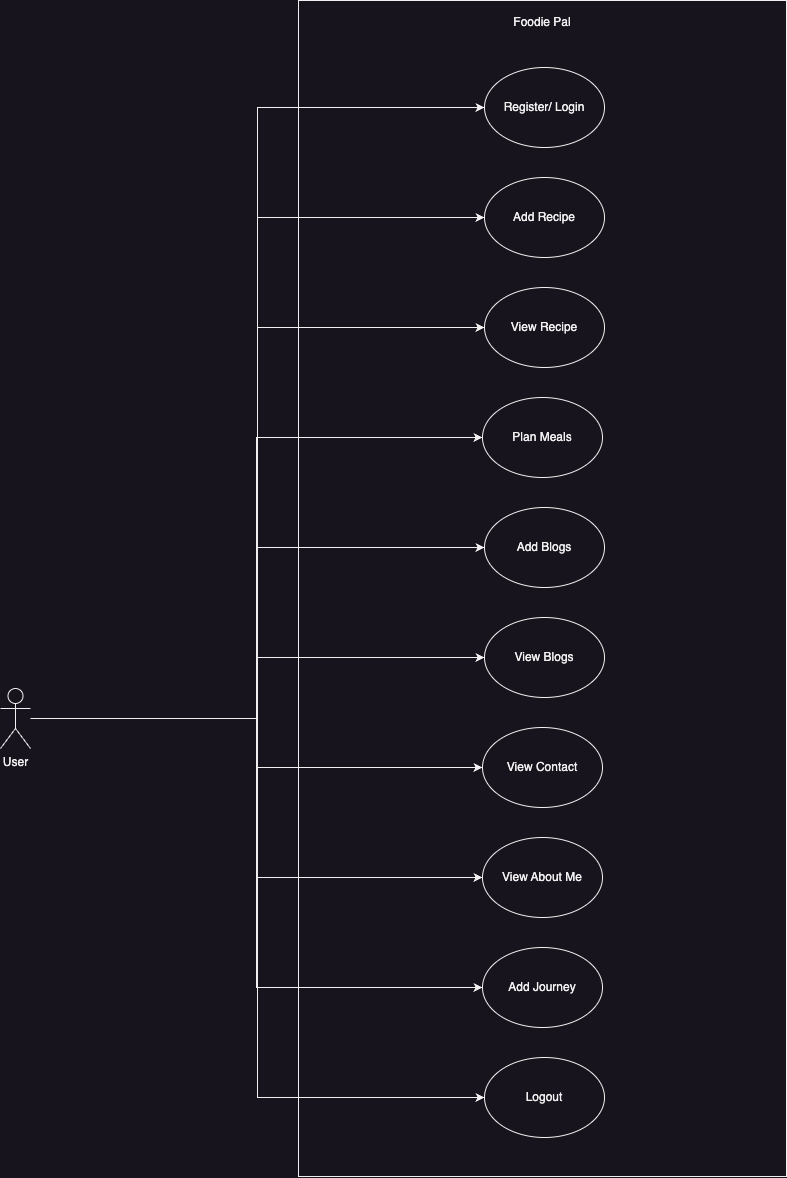
This is assets/use-case-diagram.drawio.png from sanil-shrestha/foodie_pal, a draw.io export, as it was before one commit. Source tidied: cells renumbered, new cells last; positions are measured from the earlier drawing's top-left corner, leaving out a move shared by most shapes. Source of this version:
```xml
<mxGraphModel>
  <root>
    <mxCell id="0" />
    <mxCell id="1" parent="0" />
    <mxCell id="2" style="rounded=0;whiteSpace=wrap;html=1;" parent="1" vertex="1">
      <mxGeometry x="298" width="488" height="1176" as="geometry" />
    </mxCell>
    <mxCell id="3" style="edgeStyle=orthogonalEdgeStyle;rounded=0;jettySize=auto;html=1;entryX=0;entryY=0.5;entryDx=0;entryDy=0;" parent="1" edge="1" source="13" target="15">
      <mxGeometry relative="1" as="geometry" />
    </mxCell>
    <mxCell id="4" style="edgeStyle=orthogonalEdgeStyle;rounded=0;jettySize=auto;html=1;entryX=0;entryY=0.5;entryDx=0;entryDy=0;" parent="1" edge="1" source="13" target="16">
      <mxGeometry relative="1" as="geometry" />
    </mxCell>
    <mxCell id="5" style="edgeStyle=orthogonalEdgeStyle;rounded=0;jettySize=auto;html=1;entryX=0;entryY=0.5;entryDx=0;entryDy=0;" parent="1" edge="1" source="13" target="17">
      <mxGeometry relative="1" as="geometry" />
    </mxCell>
    <mxCell id="6" style="edgeStyle=orthogonalEdgeStyle;rounded=0;jettySize=auto;html=1;entryX=0;entryY=0.5;entryDx=0;entryDy=0;" parent="1" edge="1" source="13" target="18">
      <mxGeometry relative="1" as="geometry" />
    </mxCell>
    <mxCell id="7" style="edgeStyle=orthogonalEdgeStyle;rounded=0;jettySize=auto;html=1;entryX=0;entryY=0.5;entryDx=0;entryDy=0;" parent="1" edge="1" source="13" target="19">
      <mxGeometry relative="1" as="geometry" />
    </mxCell>
    <mxCell id="8" style="edgeStyle=orthogonalEdgeStyle;rounded=0;jettySize=auto;html=1;entryX=0;entryY=0.5;entryDx=0;entryDy=0;" parent="1" edge="1" source="13" target="20">
      <mxGeometry relative="1" as="geometry" />
    </mxCell>
    <mxCell id="9" style="edgeStyle=orthogonalEdgeStyle;rounded=0;jettySize=auto;html=1;entryX=0;entryY=0.5;entryDx=0;entryDy=0;" parent="1" edge="1" source="13" target="21">
      <mxGeometry relative="1" as="geometry" />
    </mxCell>
    <mxCell id="10" style="edgeStyle=orthogonalEdgeStyle;rounded=0;jettySize=auto;html=1;entryX=0;entryY=0.5;entryDx=0;entryDy=0;" parent="1" edge="1" source="13" target="22">
      <mxGeometry relative="1" as="geometry" />
    </mxCell>
    <mxCell id="11" style="edgeStyle=orthogonalEdgeStyle;rounded=0;jettySize=auto;html=1;entryX=0;entryY=0.5;entryDx=0;entryDy=0;" parent="1" edge="1" source="13" target="23">
      <mxGeometry relative="1" as="geometry" />
    </mxCell>
    <mxCell id="12" style="edgeStyle=orthogonalEdgeStyle;rounded=0;jettySize=auto;html=1;entryX=0;entryY=0.5;entryDx=0;entryDy=0;" parent="1" edge="1" source="13" target="24">
      <mxGeometry relative="1" as="geometry" />
    </mxCell>
    <mxCell id="13" value="User" style="shape=umlActor;verticalLabelPosition=bottom;verticalAlign=top;html=1;outlineConnect=0;" parent="1" vertex="1">
      <mxGeometry y="688" width="30" height="60" as="geometry" />
    </mxCell>
    <mxCell id="14" value="Foodie Pal" style="text;html=1;strokeColor=none;fillColor=none;align=center;verticalAlign=middle;whiteSpace=wrap;rounded=0;" parent="1" vertex="1">
      <mxGeometry x="512" y="7" width="60" height="30" as="geometry" />
    </mxCell>
    <mxCell id="15" value="Register/ Login" style="ellipse;whiteSpace=wrap;html=1;" parent="1" vertex="1">
      <mxGeometry x="484" y="67" width="120" height="80" as="geometry" />
    </mxCell>
    <mxCell id="16" value="Add Recipe" style="ellipse;whiteSpace=wrap;html=1;" parent="1" vertex="1">
      <mxGeometry x="484" y="177" width="120" height="80" as="geometry" />
    </mxCell>
    <mxCell id="17" value="View Recipe" style="ellipse;whiteSpace=wrap;html=1;" parent="1" vertex="1">
      <mxGeometry x="484" y="287" width="120" height="80" as="geometry" />
    </mxCell>
    <mxCell id="18" value="Plan Meals" style="ellipse;whiteSpace=wrap;html=1;" parent="1" vertex="1">
      <mxGeometry x="482" y="397" width="120" height="80" as="geometry" />
    </mxCell>
    <mxCell id="19" value="Add Blogs" style="ellipse;whiteSpace=wrap;html=1;" parent="1" vertex="1">
      <mxGeometry x="484" y="507" width="120" height="80" as="geometry" />
    </mxCell>
    <mxCell id="20" value="View Blogs" style="ellipse;whiteSpace=wrap;html=1;" parent="1" vertex="1">
      <mxGeometry x="484" y="617" width="120" height="80" as="geometry" />
    </mxCell>
    <mxCell id="21" value="View Contact" style="ellipse;whiteSpace=wrap;html=1;" parent="1" vertex="1">
      <mxGeometry x="482" y="727" width="120" height="80" as="geometry" />
    </mxCell>
    <mxCell id="22" value="View About Me" style="ellipse;whiteSpace=wrap;html=1;" parent="1" vertex="1">
      <mxGeometry x="482" y="837" width="120" height="80" as="geometry" />
    </mxCell>
    <mxCell id="23" value="Add Journey" style="ellipse;whiteSpace=wrap;html=1;" parent="1" vertex="1">
      <mxGeometry x="482" y="947" width="120" height="80" as="geometry" />
    </mxCell>
    <mxCell id="24" value="Logout" style="ellipse;whiteSpace=wrap;html=1;" parent="1" vertex="1">
      <mxGeometry x="484" y="1057" width="120" height="80" as="geometry" />
    </mxCell>
  </root>
</mxGraphModel>
```
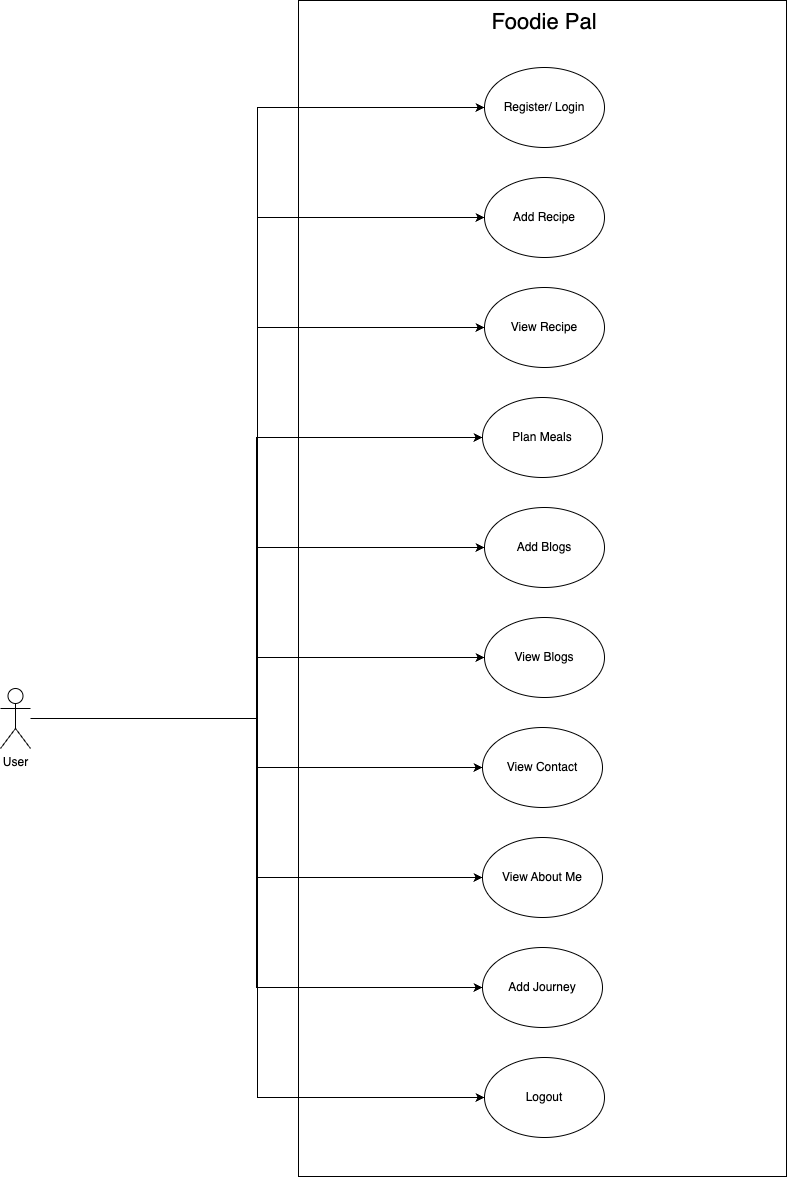
Above is the later version.

Commit message:
feat: Update README.md file with necessary items.

Change to the diagram source:
```diff
@@ -1,74 +1,74 @@
-<mxGraphModel>
+<mxGraphModel background="#ffffff">
   <root>
     <mxCell id="0" />
     <mxCell id="1" parent="0" />
-    <mxCell id="2" style="rounded=0;whiteSpace=wrap;html=1;" parent="1" vertex="1">
+    <mxCell id="2" style="rounded=0;whiteSpace=wrap;html=1;strokeColor=#000000;fontColor=#000000;labelBackgroundColor=none;fillColor=#FFFFFF;" parent="1" vertex="1">
       <mxGeometry x="298" width="488" height="1176" as="geometry" />
     </mxCell>
-    <mxCell id="3" style="edgeStyle=orthogonalEdgeStyle;rounded=0;jettySize=auto;html=1;entryX=0;entryY=0.5;entryDx=0;entryDy=0;" parent="1" edge="1" source="13" target="15">
+    <mxCell id="3" style="edgeStyle=orthogonalEdgeStyle;rounded=0;jettySize=auto;html=1;entryX=0;entryY=0.5;entryDx=0;entryDy=0;strokeColor=#000000;fontColor=#000000;" parent="1" edge="1" source="13" target="15">
       <mxGeometry relative="1" as="geometry" />
     </mxCell>
-    <mxCell id="4" style="edgeStyle=orthogonalEdgeStyle;rounded=0;jettySize=auto;html=1;entryX=0;entryY=0.5;entryDx=0;entryDy=0;" parent="1" edge="1" source="13" target="16">
+    <mxCell id="4" style="edgeStyle=orthogonalEdgeStyle;rounded=0;jettySize=auto;html=1;entryX=0;entryY=0.5;entryDx=0;entryDy=0;strokeColor=#000000;fontColor=#000000;" parent="1" edge="1" source="13" target="16">
       <mxGeometry relative="1" as="geometry" />
     </mxCell>
-    <mxCell id="5" style="edgeStyle=orthogonalEdgeStyle;rounded=0;jettySize=auto;html=1;entryX=0;entryY=0.5;entryDx=0;entryDy=0;" parent="1" edge="1" source="13" target="17">
+    <mxCell id="5" style="edgeStyle=orthogonalEdgeStyle;rounded=0;jettySize=auto;html=1;entryX=0;entryY=0.5;entryDx=0;entryDy=0;strokeColor=#000000;fontColor=#000000;" parent="1" edge="1" source="13" target="17">
       <mxGeometry relative="1" as="geometry" />
     </mxCell>
-    <mxCell id="6" style="edgeStyle=orthogonalEdgeStyle;rounded=0;jettySize=auto;html=1;entryX=0;entryY=0.5;entryDx=0;entryDy=0;" parent="1" edge="1" source="13" target="18">
+    <mxCell id="6" style="edgeStyle=orthogonalEdgeStyle;rounded=0;jettySize=auto;html=1;entryX=0;entryY=0.5;entryDx=0;entryDy=0;strokeColor=#000000;fontColor=#000000;" parent="1" edge="1" source="13" target="18">
       <mxGeometry relative="1" as="geometry" />
     </mxCell>
-    <mxCell id="7" style="edgeStyle=orthogonalEdgeStyle;rounded=0;jettySize=auto;html=1;entryX=0;entryY=0.5;entryDx=0;entryDy=0;" parent="1" edge="1" source="13" target="19">
+    <mxCell id="7" style="edgeStyle=orthogonalEdgeStyle;rounded=0;jettySize=auto;html=1;entryX=0;entryY=0.5;entryDx=0;entryDy=0;strokeColor=#000000;fontColor=#000000;" parent="1" edge="1" source="13" target="19">
       <mxGeometry relative="1" as="geometry" />
     </mxCell>
-    <mxCell id="8" style="edgeStyle=orthogonalEdgeStyle;rounded=0;jettySize=auto;html=1;entryX=0;entryY=0.5;entryDx=0;entryDy=0;" parent="1" edge="1" source="13" target="20">
+    <mxCell id="8" style="edgeStyle=orthogonalEdgeStyle;rounded=0;jettySize=auto;html=1;entryX=0;entryY=0.5;entryDx=0;entryDy=0;strokeColor=#000000;fontColor=#000000;" parent="1" edge="1" source="13" target="20">
       <mxGeometry relative="1" as="geometry" />
     </mxCell>
-    <mxCell id="9" style="edgeStyle=orthogonalEdgeStyle;rounded=0;jettySize=auto;html=1;entryX=0;entryY=0.5;entryDx=0;entryDy=0;" parent="1" edge="1" source="13" target="21">
+    <mxCell id="9" style="edgeStyle=orthogonalEdgeStyle;rounded=0;jettySize=auto;html=1;entryX=0;entryY=0.5;entryDx=0;entryDy=0;strokeColor=#000000;fontColor=#000000;" parent="1" edge="1" source="13" target="21">
       <mxGeometry relative="1" as="geometry" />
     </mxCell>
-    <mxCell id="10" style="edgeStyle=orthogonalEdgeStyle;rounded=0;jettySize=auto;html=1;entryX=0;entryY=0.5;entryDx=0;entryDy=0;" parent="1" edge="1" source="13" target="22">
+    <mxCell id="10" style="edgeStyle=orthogonalEdgeStyle;rounded=0;jettySize=auto;html=1;entryX=0;entryY=0.5;entryDx=0;entryDy=0;strokeColor=#000000;fontColor=#000000;" parent="1" edge="1" source="13" target="22">
       <mxGeometry relative="1" as="geometry" />
     </mxCell>
-    <mxCell id="11" style="edgeStyle=orthogonalEdgeStyle;rounded=0;jettySize=auto;html=1;entryX=0;entryY=0.5;entryDx=0;entryDy=0;" parent="1" edge="1" source="13" target="23">
+    <mxCell id="11" style="edgeStyle=orthogonalEdgeStyle;rounded=0;jettySize=auto;html=1;entryX=0;entryY=0.5;entryDx=0;entryDy=0;strokeColor=#000000;fontColor=#000000;" parent="1" edge="1" source="13" target="23">
       <mxGeometry relative="1" as="geometry" />
     </mxCell>
-    <mxCell id="12" style="edgeStyle=orthogonalEdgeStyle;rounded=0;jettySize=auto;html=1;entryX=0;entryY=0.5;entryDx=0;entryDy=0;" parent="1" edge="1" source="13" target="24">
+    <mxCell id="12" style="edgeStyle=orthogonalEdgeStyle;rounded=0;jettySize=auto;html=1;entryX=0;entryY=0.5;entryDx=0;entryDy=0;strokeColor=#000000;fontColor=#000000;" parent="1" edge="1" source="13" target="24">
       <mxGeometry relative="1" as="geometry" />
     </mxCell>
-    <mxCell id="13" value="User" style="shape=umlActor;verticalLabelPosition=bottom;verticalAlign=top;html=1;outlineConnect=0;" parent="1" vertex="1">
+    <mxCell id="13" value="User" style="shape=umlActor;verticalLabelPosition=bottom;verticalAlign=top;html=1;outlineConnect=0;strokeColor=#000000;fontColor=#000000;fillColor=#FFFFFF;" parent="1" vertex="1">
       <mxGeometry y="688" width="30" height="60" as="geometry" />
     </mxCell>
-    <mxCell id="14" value="Foodie Pal" style="text;html=1;strokeColor=none;fillColor=none;align=center;verticalAlign=middle;whiteSpace=wrap;rounded=0;" parent="1" vertex="1">
-      <mxGeometry x="512" y="7" width="60" height="30" as="geometry" />
+    <mxCell id="14" value="Foodie Pal" style="text;html=1;strokeColor=none;fillColor=none;align=center;verticalAlign=middle;whiteSpace=wrap;rounded=0;fontColor=#000000;fontSize=22;" parent="1" vertex="1">
+      <mxGeometry x="446" y="7" width="196" height="30" as="geometry" />
     </mxCell>
-    <mxCell id="15" value="Register/ Login" style="ellipse;whiteSpace=wrap;html=1;" parent="1" vertex="1">
+    <mxCell id="15" value="Register/ Login" style="ellipse;whiteSpace=wrap;html=1;strokeColor=#000000;fontColor=#000000;fillColor=#FFFFFF;" parent="1" vertex="1">
       <mxGeometry x="484" y="67" width="120" height="80" as="geometry" />
     </mxCell>
-    <mxCell id="16" value="Add Recipe" style="ellipse;whiteSpace=wrap;html=1;" parent="1" vertex="1">
+    <mxCell id="16" value="Add Recipe" style="ellipse;whiteSpace=wrap;html=1;strokeColor=#000000;fontColor=#000000;fillColor=#FFFFFF;" parent="1" vertex="1">
       <mxGeometry x="484" y="177" width="120" height="80" as="geometry" />
     </mxCell>
-    <mxCell id="17" value="View Recipe" style="ellipse;whiteSpace=wrap;html=1;" parent="1" vertex="1">
+    <mxCell id="17" value="View Recipe" style="ellipse;whiteSpace=wrap;html=1;strokeColor=#000000;fontColor=#000000;fillColor=#FFFFFF;" parent="1" vertex="1">
       <mxGeometry x="484" y="287" width="120" height="80" as="geometry" />
     </mxCell>
-    <mxCell id="18" value="Plan Meals" style="ellipse;whiteSpace=wrap;html=1;" parent="1" vertex="1">
+    <mxCell id="18" value="Plan Meals" style="ellipse;whiteSpace=wrap;html=1;strokeColor=#000000;fontColor=#000000;fillColor=#FFFFFF;" parent="1" vertex="1">
       <mxGeometry x="482" y="397" width="120" height="80" as="geometry" />
     </mxCell>
-    <mxCell id="19" value="Add Blogs" style="ellipse;whiteSpace=wrap;html=1;" parent="1" vertex="1">
+    <mxCell id="19" value="Add Blogs" style="ellipse;whiteSpace=wrap;html=1;strokeColor=#000000;fontColor=#000000;fillColor=#FFFFFF;" parent="1" vertex="1">
       <mxGeometry x="484" y="507" width="120" height="80" as="geometry" />
     </mxCell>
-    <mxCell id="20" value="View Blogs" style="ellipse;whiteSpace=wrap;html=1;" parent="1" vertex="1">
+    <mxCell id="20" value="View Blogs" style="ellipse;whiteSpace=wrap;html=1;strokeColor=#000000;fontColor=#000000;fillColor=#FFFFFF;" parent="1" vertex="1">
       <mxGeometry x="484" y="617" width="120" height="80" as="geometry" />
     </mxCell>
-    <mxCell id="21" value="View Contact" style="ellipse;whiteSpace=wrap;html=1;" parent="1" vertex="1">
+    <mxCell id="21" value="View Contact" style="ellipse;whiteSpace=wrap;html=1;strokeColor=#000000;fontColor=#000000;fillColor=#FFFFFF;" parent="1" vertex="1">
       <mxGeometry x="482" y="727" width="120" height="80" as="geometry" />
     </mxCell>
-    <mxCell id="22" value="View About Me" style="ellipse;whiteSpace=wrap;html=1;" parent="1" vertex="1">
+    <mxCell id="22" value="View About Me" style="ellipse;whiteSpace=wrap;html=1;strokeColor=#000000;fontColor=#000000;fillColor=#FFFFFF;" parent="1" vertex="1">
       <mxGeometry x="482" y="837" width="120" height="80" as="geometry" />
     </mxCell>
-    <mxCell id="23" value="Add Journey" style="ellipse;whiteSpace=wrap;html=1;" parent="1" vertex="1">
+    <mxCell id="23" value="Add Journey" style="ellipse;whiteSpace=wrap;html=1;strokeColor=#000000;fontColor=#000000;fillColor=#FFFFFF;" parent="1" vertex="1">
       <mxGeometry x="482" y="947" width="120" height="80" as="geometry" />
     </mxCell>
-    <mxCell id="24" value="Logout" style="ellipse;whiteSpace=wrap;html=1;" parent="1" vertex="1">
+    <mxCell id="24" value="Logout" style="ellipse;whiteSpace=wrap;html=1;strokeColor=#000000;fontColor=#000000;fillColor=#FFFFFF;" parent="1" vertex="1">
       <mxGeometry x="484" y="1057" width="120" height="80" as="geometry" />
     </mxCell>
   </root>
```
